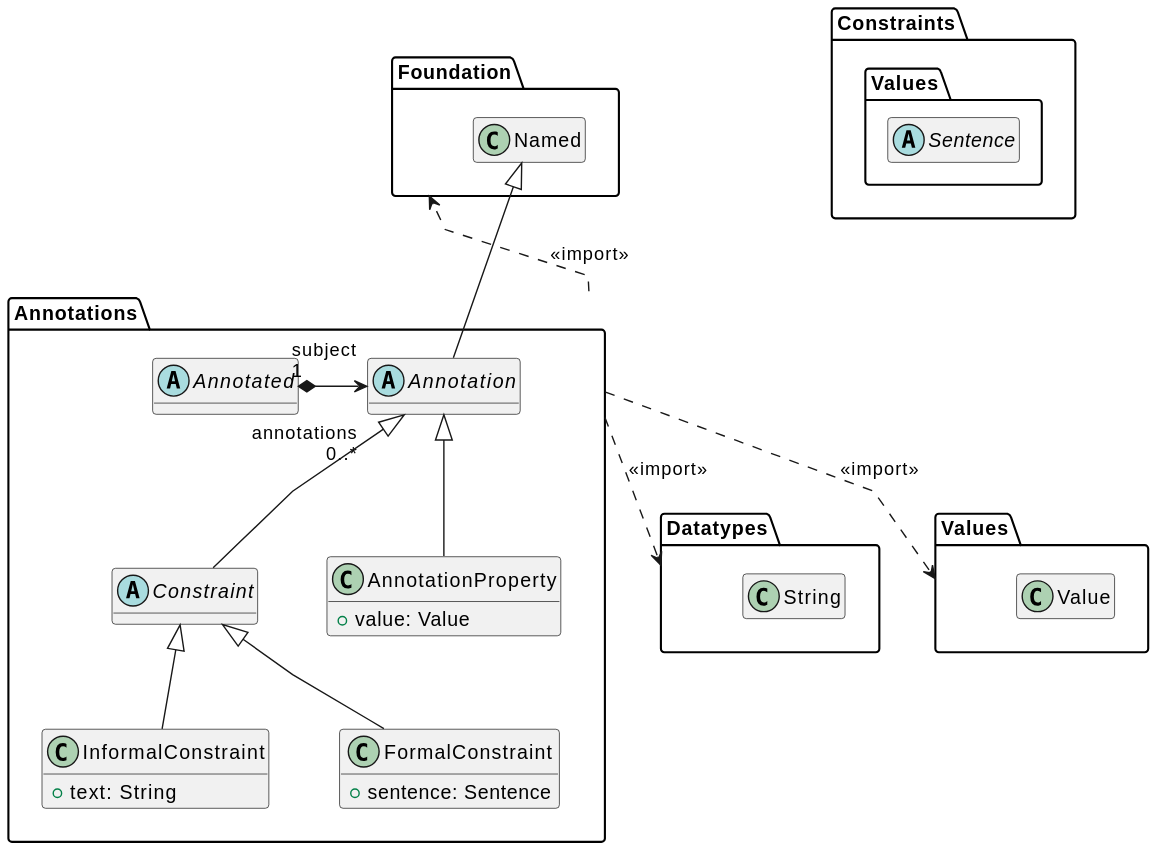
sdm-lang/sdml-io keeps this PlantUML diagram as docs/metamodel-annotations.svg. Above is the earlier version.
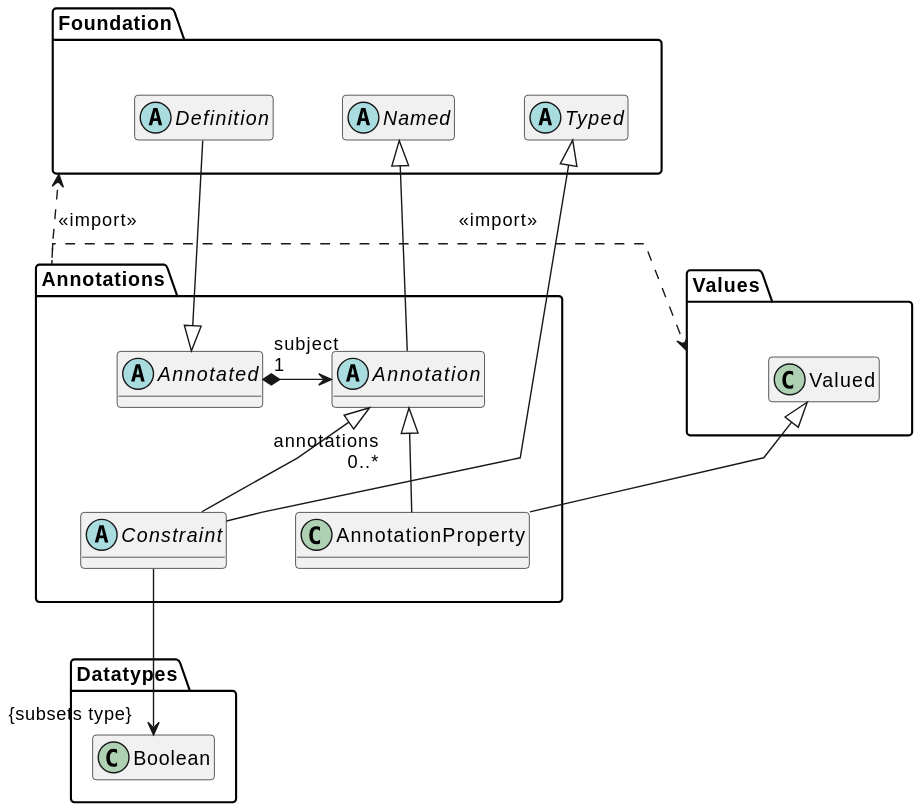
After the change.

What changed in the source:
```diff
@@ -4,55 +4,41 @@
 skinparam nodesep 50
 hide methods
 
+package Foundation {
+    hide members
+    abstract class Definition
+    abstract class Named
+    abstract class Typed
+}
+
 package Datatypes {
     hide members
-    class String {}
-}
-
-package Foundation {
-    hide members
-    class Named {}
+    class Boolean
 }
 
 package Values {
     hide members
-    class Value {}
-}
-
-package Constraints {
-    package Values {
-        hide members
-        abstract class Sentence {}
-    }
+    class Valued
 }
 
 package Annotations {
-    abstract class Annotated {}
     abstract class Annotation {}
-    class AnnotationProperty {
-        +value: Value
-    }
-
-    Annotated "subject\l1" *---right--> "annotations\r0..*" Annotation
-
     Annotation -up-|> Named
 
+    class AnnotationProperty {}
     AnnotationProperty -up-|> Annotation
+    AnnotationProperty -up-|> Valued
 
-    abstract class Constraint {}
-    class InformalConstraint {
-        +text: String
-    }
-    class FormalConstraint {
-        +sentence: Sentence
-    }
+    abstract class Constraint
+    Constraint -up-|> Annotation
+    Constraint -up-|> Typed
+    Constraint --> "{subsets type}" Boolean
 
-    Constraint -up-|> Annotation
-    InformalConstraint -up-|> Constraint
-    FormalConstraint -up-|> Constraint
+    abstract class Annotated {}
+    Annotated "subject\l1" *--right--> "\rannotations\r0..*" Annotation
+    Definition -up-|> Annotated
 }
 
-Annotations .down.> Datatypes: <<import>>
 Annotations .up.> Foundation: <<import>>
-Annotations .down.> Values: <<import>>
+Annotations .left.> Values: <<import>>
 @enduml
```
